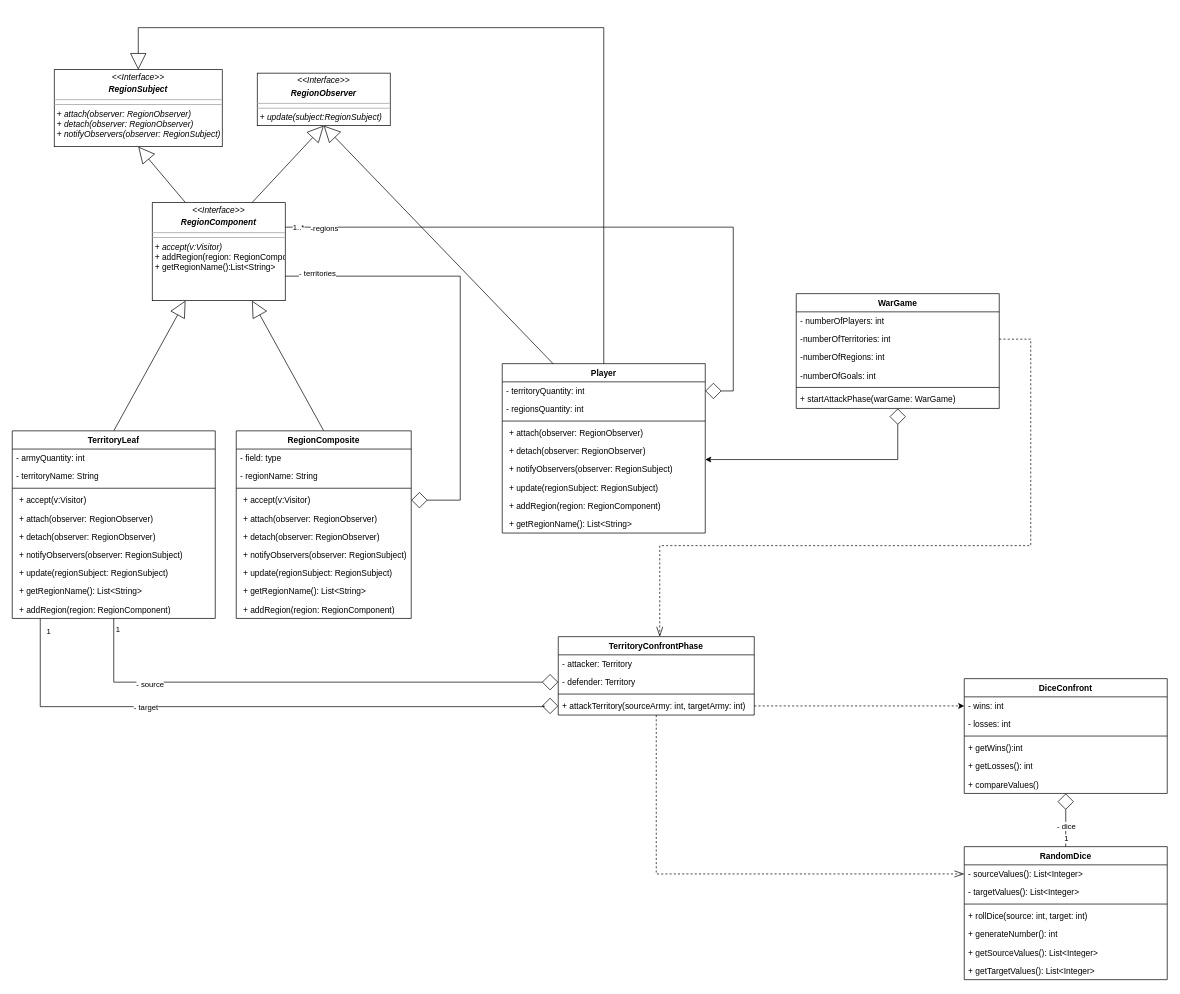
Earlier version of the draw.io diagram ClassDiagramTerritoryConfront.drawio (Gil32610/class-diagram-territory-confront). Source tidied: cells renumbered, new cells numbered last; positions are measured from the earlier drawing's top-left corner, leaving out a move shared by most shapes. Both pictures are drawn from the tidied source at 70%, with x=0, y=0 at pixel (12, 27).
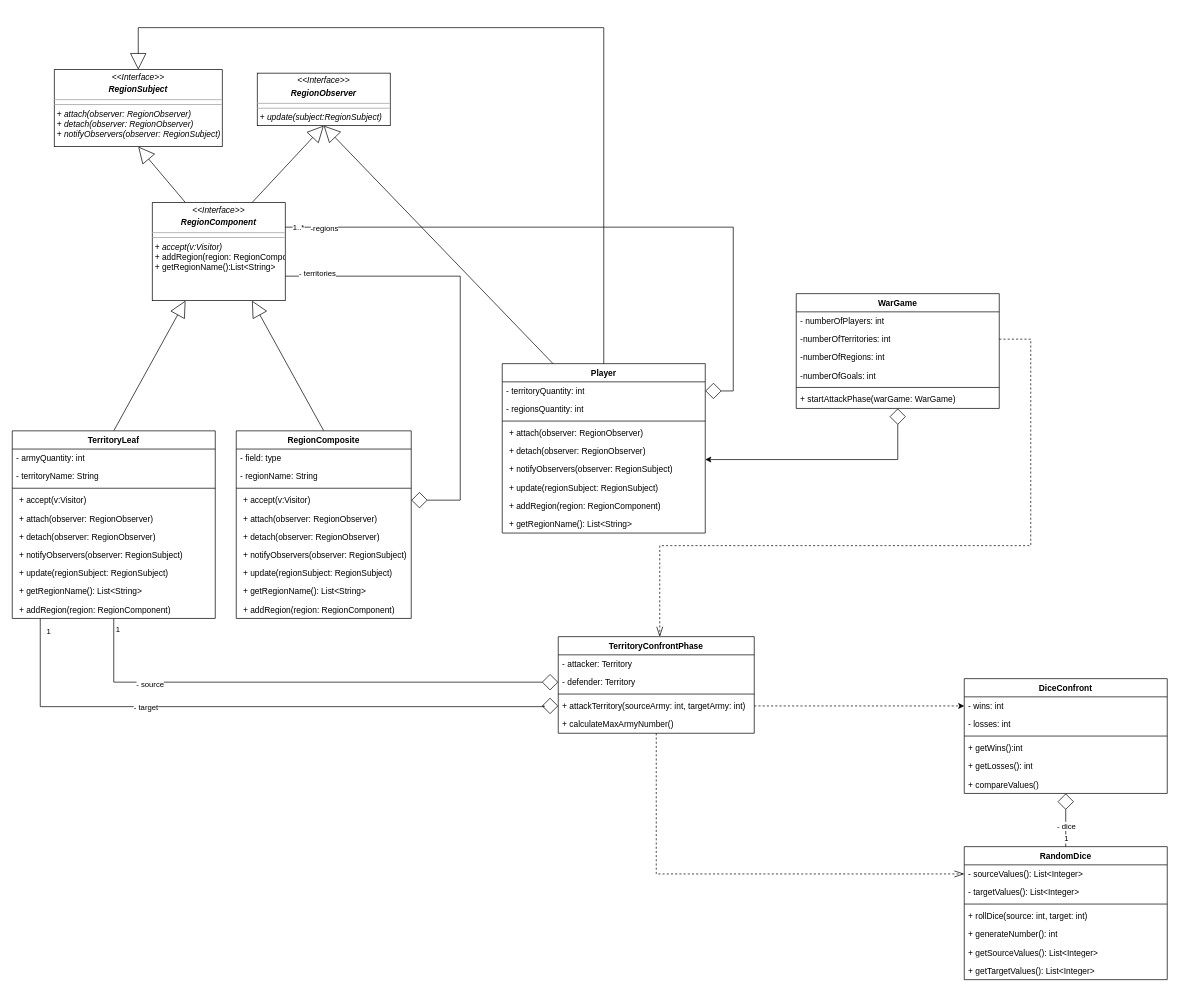
After the change.

Commit message:
updates on interface of AttackPhase

What changed in the source:
```diff
@@
     <mxCell id="63" value="TerritoryConfrontPhase" style="swimlane;fontStyle=1;align=center;verticalAlign=top;horizontal=1;startSize=26;whiteSpace=wrap;html=1;" parent="1" vertex="1">
-      <mxGeometry x="780" y="870" width="280" height="112" as="geometry" />
+      <mxGeometry x="780" y="870" width="280" height="138" as="geometry" />
     </mxCell>
@@
+    <mxCell id="88" value="&lt;div&gt;+ calculateMaxArmyNumber()&lt;br&gt;&lt;/div&gt;" style="text;strokeColor=none;fillColor=none;align=left;verticalAlign=top;spacingLeft=4;spacingRight=4;overflow=hidden;whiteSpace=wrap;html=1;" parent="63" vertex="1">
+      <mxGeometry y="112" width="280" height="26" as="geometry" />
+    </mxCell>
```
